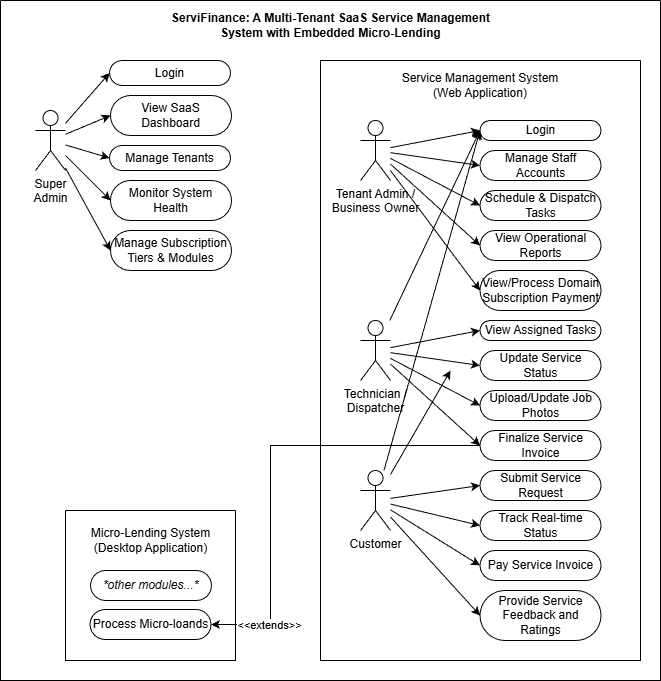
Before: docs/Use Cases/Use Case IT15 ServiFinance.png, a diagram exported from draw.io (LlanderSei/ServiFinance). Source tidied: cells renumbered, new cells last; positions are measured from the earlier drawing's top-left corner, leaving out a move shared by most shapes.
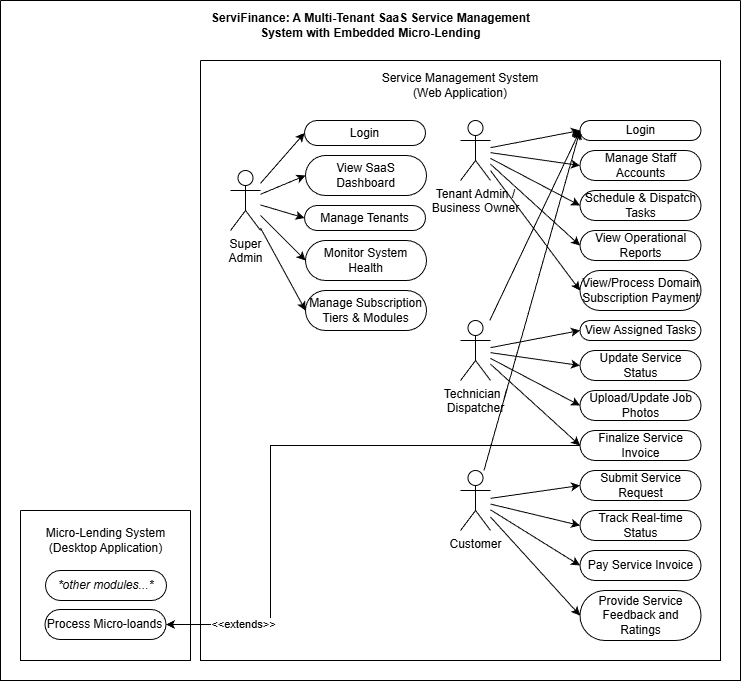
Later version of the same file.

Change to the diagram source:
```diff
@@ -3,10 +3,10 @@
     <mxCell id="0" />
     <mxCell id="1" parent="0" />
     <mxCell id="2" style="swimlane;startSize=0;" parent="1" vertex="1">
-      <mxGeometry width="660" height="680" as="geometry" />
+      <mxGeometry width="740" height="680" as="geometry" />
     </mxCell>
     <mxCell id="3" style="swimlane;startSize=0;" parent="2" vertex="1">
-      <mxGeometry x="65" y="510" width="170" height="150" as="geometry" />
+      <mxGeometry x="20" y="510" width="170" height="150" as="geometry" />
     </mxCell>
     <mxCell id="4" value="Micro-Lending System&lt;div&gt;(Desktop Application)&lt;/div&gt;" style="text;html=1;whiteSpace=wrap;strokeColor=none;fillColor=none;align=center;verticalAlign=middle;rounded=0;" parent="3" vertex="1">
       <mxGeometry x="15" y="15" width="141" height="30" as="geometry" />
@@ -18,10 +18,10 @@
       <mxGeometry x="25" y="60" width="121" height="30" as="geometry" />
     </mxCell>
     <mxCell id="7" style="swimlane;startSize=0;" parent="2" vertex="1">
-      <mxGeometry x="320" y="60" width="320" height="600" as="geometry" />
+      <mxGeometry x="200" y="60" width="520" height="600" as="geometry" />
     </mxCell>
     <mxCell id="8" value="Service Management System&lt;div&gt;(Web Application)&lt;/div&gt;" style="text;html=1;whiteSpace=wrap;strokeColor=none;fillColor=none;align=center;verticalAlign=middle;rounded=0;" parent="7" vertex="1">
-      <mxGeometry x="60" y="10" width="200" height="30" as="geometry" />
+      <mxGeometry x="160" y="10" width="200" height="30" as="geometry" />
     </mxCell>
     <mxCell id="9" style="rounded=0;jettySize=auto;html=1;entryX=0;entryY=0.5;entryDx=0;entryDy=0;" parent="7" edge="1" source="14" target="15">
       <mxGeometry relative="1" as="geometry" />
@@ -39,46 +39,46 @@
       <mxGeometry relative="1" as="geometry" />
     </mxCell>
     <mxCell id="14" value="Tenant Admin /&lt;div&gt;Business Owner&lt;/div&gt;" style="shape=umlActor;verticalLabelPosition=bottom;verticalAlign=top;html=1;outlineConnect=0;" parent="7" vertex="1">
-      <mxGeometry x="40" y="60" width="30" height="60" as="geometry" />
+      <mxGeometry x="260" y="60" width="30" height="60" as="geometry" />
     </mxCell>
     <mxCell id="15" value="Login" style="rounded=1;whiteSpace=wrap;html=1;arcSize=50;" parent="7" vertex="1">
-      <mxGeometry x="159.5" y="60" width="121" height="20" as="geometry" />
+      <mxGeometry x="379.5" y="60" width="121" height="20" as="geometry" />
     </mxCell>
     <mxCell id="16" value="Manage Staff Accounts" style="rounded=1;whiteSpace=wrap;html=1;arcSize=50;" parent="7" vertex="1">
-      <mxGeometry x="159.5" y="90" width="121" height="30" as="geometry" />
+      <mxGeometry x="379.5" y="90" width="121" height="30" as="geometry" />
     </mxCell>
     <mxCell id="17" value="Schedule &amp;amp; Dispatch Tasks" style="rounded=1;whiteSpace=wrap;html=1;arcSize=50;" parent="7" vertex="1">
-      <mxGeometry x="159.5" y="130" width="121" height="30" as="geometry" />
+      <mxGeometry x="379.5" y="130" width="121" height="30" as="geometry" />
     </mxCell>
     <mxCell id="18" value="View Operational Reports" style="rounded=1;whiteSpace=wrap;html=1;arcSize=50;" parent="7" vertex="1">
-      <mxGeometry x="159.5" y="170" width="121" height="30" as="geometry" />
+      <mxGeometry x="379.5" y="170" width="121" height="30" as="geometry" />
     </mxCell>
     <mxCell id="19" value="View/Process Domain Subscription Payment" style="rounded=1;whiteSpace=wrap;html=1;arcSize=50;" parent="7" vertex="1">
-      <mxGeometry x="159.5" y="210" width="121" height="40" as="geometry" />
+      <mxGeometry x="379.5" y="210" width="121" height="40" as="geometry" />
     </mxCell>
     <mxCell id="20" value="View Assigned Tasks" style="rounded=1;whiteSpace=wrap;html=1;arcSize=50;" parent="7" vertex="1">
-      <mxGeometry x="159.5" y="260" width="121" height="20" as="geometry" />
+      <mxGeometry x="379.5" y="260" width="121" height="20" as="geometry" />
     </mxCell>
     <mxCell id="21" value="Update Service Status" style="rounded=1;whiteSpace=wrap;html=1;arcSize=50;" parent="7" vertex="1">
-      <mxGeometry x="159.5" y="290" width="121" height="30" as="geometry" />
+      <mxGeometry x="379.5" y="290" width="121" height="30" as="geometry" />
     </mxCell>
     <mxCell id="22" value="Upload/Update Job Photos" style="rounded=1;whiteSpace=wrap;html=1;arcSize=50;" parent="7" vertex="1">
-      <mxGeometry x="159.5" y="330" width="121" height="30" as="geometry" />
+      <mxGeometry x="379.5" y="330" width="121" height="30" as="geometry" />
     </mxCell>
     <mxCell id="23" value="Finalize Service Invoice" style="rounded=1;whiteSpace=wrap;html=1;arcSize=50;" parent="7" vertex="1">
-      <mxGeometry x="159.5" y="370" width="121" height="30" as="geometry" />
+      <mxGeometry x="379.5" y="370" width="121" height="30" as="geometry" />
     </mxCell>
     <mxCell id="24" value="Submit Service Request" style="rounded=1;whiteSpace=wrap;html=1;arcSize=50;" parent="7" vertex="1">
-      <mxGeometry x="159.5" y="410" width="121" height="30" as="geometry" />
+      <mxGeometry x="379.5" y="410" width="121" height="30" as="geometry" />
     </mxCell>
     <mxCell id="25" value="Track Real-time Status" style="rounded=1;whiteSpace=wrap;html=1;arcSize=50;" parent="7" vertex="1">
-      <mxGeometry x="159.5" y="450" width="121" height="30" as="geometry" />
+      <mxGeometry x="379.5" y="450" width="121" height="30" as="geometry" />
     </mxCell>
     <mxCell id="26" value="Pay Service Invoice" style="rounded=1;whiteSpace=wrap;html=1;arcSize=50;" parent="7" vertex="1">
-      <mxGeometry x="159.5" y="490" width="121" height="30" as="geometry" />
+      <mxGeometry x="379.5" y="490" width="121" height="30" as="geometry" />
     </mxCell>
     <mxCell id="27" value="Provide Service Feedback and Ratings" style="rounded=1;whiteSpace=wrap;html=1;arcSize=50;" parent="7" vertex="1">
-      <mxGeometry x="159.5" y="530" width="121" height="50" as="geometry" />
+      <mxGeometry x="379.5" y="530" width="121" height="50" as="geometry" />
     </mxCell>
     <mxCell id="28" style="edgeStyle=none;rounded=0;jettySize=auto;html=1;entryX=0;entryY=0.5;entryDx=0;entryDy=0;" parent="7" edge="1" source="33" target="15">
       <mxGeometry relative="1" as="geometry" />
@@ -96,7 +96,7 @@
       <mxGeometry relative="1" as="geometry" />
     </mxCell>
     <mxCell id="33" value="Technician /&lt;div&gt;Dispatcher&lt;/div&gt;" style="shape=umlActor;verticalLabelPosition=bottom;verticalAlign=top;html=1;outlineConnect=0;" parent="7" vertex="1">
-      <mxGeometry x="40" y="260" width="30" height="60" as="geometry" />
+      <mxGeometry x="260" y="260" width="30" height="60" as="geometry" />
     </mxCell>
     <mxCell id="34" style="edgeStyle=none;rounded=0;jettySize=auto;html=1;entryX=0;entryY=0.5;entryDx=0;entryDy=0;" parent="7" edge="1" source="40" target="24">
       <mxGeometry relative="1" as="geometry" />
@@ -107,56 +107,53 @@
     <mxCell id="36" style="edgeStyle=none;rounded=0;jettySize=auto;html=1;entryX=0;entryY=0.5;entryDx=0;entryDy=0;" parent="7" edge="1" source="40" target="26">
       <mxGeometry relative="1" as="geometry" />
     </mxCell>
-    <mxCell id="37" style="edgeStyle=none;rounded=0;jettySize=auto;html=1;entryX=0;entryY=0.5;entryDx=0;entryDy=0;" parent="7" edge="1" source="40" target="27">
-      <mxGeometry relative="1" as="geometry" />
+    <mxCell id="37" style="edgeStyle=none;rounded=0;jettySize=auto;html=1;entryX=0;entryY=0.5;entryDx=0;entryDy=0;" parent="7" edge="1" source="40">
+      <mxGeometry relative="1" as="geometry">
+        <mxPoint x="379.5" y="555" as="targetPoint" />
+      </mxGeometry>
     </mxCell>
-    <mxCell id="38" style="edgeStyle=none;html=1;" parent="7" edge="1" source="40">
-      <mxGeometry relative="1" as="geometry">
-        <mxPoint x="130" y="310" as="targetPoint" />
-      </mxGeometry>
-    </mxCell>
     <mxCell id="39" style="edgeStyle=none;html=1;entryX=0;entryY=0.5;entryDx=0;entryDy=0;" parent="7" edge="1" source="40" target="15">
       <mxGeometry relative="1" as="geometry" />
     </mxCell>
     <mxCell id="40" value="Customer" style="shape=umlActor;verticalLabelPosition=bottom;verticalAlign=top;html=1;outlineConnect=0;" parent="7" vertex="1">
-      <mxGeometry x="40" y="410" width="30" height="60" as="geometry" />
+      <mxGeometry x="260" y="410" width="30" height="60" as="geometry" />
     </mxCell>
-    <mxCell id="41" value="&lt;b&gt;ServiFinance: A Multi-Tenant SaaS Service Management System with Embedded Micro-Lending&lt;/b&gt;" style="text;html=1;whiteSpace=wrap;strokeColor=none;fillColor=none;align=center;verticalAlign=middle;rounded=0;" parent="2" vertex="1">
-      <mxGeometry x="153.8" y="10" width="352.5" height="30" as="geometry" />
-    </mxCell>
-    <mxCell id="42" style="rounded=0;jettySize=auto;html=1;entryX=0;entryY=0.5;entryDx=0;entryDy=0;" parent="2" edge="1" source="47" target="48">
+    <mxCell id="42" style="rounded=0;jettySize=auto;html=1;entryX=0;entryY=0.5;entryDx=0;entryDy=0;" parent="7" edge="1" source="47" target="48">
       <mxGeometry relative="1" as="geometry" />
     </mxCell>
-    <mxCell id="43" style="rounded=0;jettySize=auto;html=1;entryX=0;entryY=0.5;entryDx=0;entryDy=0;" parent="2" edge="1" source="47" target="49">
+    <mxCell id="43" style="rounded=0;jettySize=auto;html=1;entryX=0;entryY=0.5;entryDx=0;entryDy=0;" parent="7" edge="1" source="47" target="49">
       <mxGeometry relative="1" as="geometry" />
     </mxCell>
-    <mxCell id="44" style="rounded=0;jettySize=auto;html=1;entryX=0;entryY=0.5;entryDx=0;entryDy=0;" parent="2" edge="1" source="47" target="50">
+    <mxCell id="44" style="rounded=0;jettySize=auto;html=1;entryX=0;entryY=0.5;entryDx=0;entryDy=0;" parent="7" edge="1" source="47" target="50">
       <mxGeometry relative="1" as="geometry" />
     </mxCell>
-    <mxCell id="45" style="rounded=0;jettySize=auto;html=1;entryX=0;entryY=0.5;entryDx=0;entryDy=0;curved=0;" parent="2" edge="1" source="47" target="51">
+    <mxCell id="45" style="rounded=0;jettySize=auto;html=1;entryX=0;entryY=0.5;entryDx=0;entryDy=0;curved=0;" parent="7" edge="1" source="47" target="51">
       <mxGeometry relative="1" as="geometry" />
     </mxCell>
-    <mxCell id="46" style="rounded=0;jettySize=auto;html=1;entryX=0;entryY=0.5;entryDx=0;entryDy=0;" parent="2" edge="1" source="47" target="52">
+    <mxCell id="46" style="rounded=0;jettySize=auto;html=1;entryX=0;entryY=0.5;entryDx=0;entryDy=0;" parent="7" edge="1" source="47" target="52">
       <mxGeometry relative="1" as="geometry" />
     </mxCell>
-    <mxCell id="47" value="Super&lt;div&gt;Admin&lt;/div&gt;" style="shape=umlActor;verticalLabelPosition=bottom;verticalAlign=top;html=1;outlineConnect=0;" parent="2" vertex="1">
-      <mxGeometry x="35" y="110" width="30" height="60" as="geometry" />
+    <mxCell id="47" value="Super&lt;div&gt;Admin&lt;/div&gt;" style="shape=umlActor;verticalLabelPosition=bottom;verticalAlign=top;html=1;outlineConnect=0;" parent="7" vertex="1">
+      <mxGeometry x="30" y="110" width="30" height="60" as="geometry" />
     </mxCell>
-    <mxCell id="48" value="Login" style="rounded=1;whiteSpace=wrap;html=1;arcSize=50;" parent="2" vertex="1">
-      <mxGeometry x="109" y="60" width="121" height="25" as="geometry" />
+    <mxCell id="48" value="Login" style="rounded=1;whiteSpace=wrap;html=1;arcSize=50;" parent="7" vertex="1">
+      <mxGeometry x="104" y="60" width="121" height="25" as="geometry" />
     </mxCell>
-    <mxCell id="49" value="View SaaS Dashboard" style="rounded=1;whiteSpace=wrap;html=1;arcSize=50;" parent="2" vertex="1">
-      <mxGeometry x="110" y="95" width="121" height="40" as="geometry" />
+    <mxCell id="49" value="View SaaS Dashboard" style="rounded=1;whiteSpace=wrap;html=1;arcSize=50;" parent="7" vertex="1">
+      <mxGeometry x="105" y="95" width="121" height="40" as="geometry" />
     </mxCell>
-    <mxCell id="50" value="Manage Tenants" style="rounded=1;whiteSpace=wrap;html=1;arcSize=50;" parent="2" vertex="1">
-      <mxGeometry x="109" y="145" width="121" height="25" as="geometry" />
+    <mxCell id="50" value="Manage Tenants" style="rounded=1;whiteSpace=wrap;html=1;arcSize=50;" parent="7" vertex="1">
+      <mxGeometry x="104" y="145" width="121" height="25" as="geometry" />
     </mxCell>
-    <mxCell id="51" value="Monitor System Health" style="rounded=1;whiteSpace=wrap;html=1;arcSize=50;" parent="2" vertex="1">
-      <mxGeometry x="110" y="180" width="121" height="40" as="geometry" />
+    <mxCell id="51" value="Monitor System Health" style="rounded=1;whiteSpace=wrap;html=1;arcSize=50;" parent="7" vertex="1">
+      <mxGeometry x="105" y="180" width="121" height="40" as="geometry" />
     </mxCell>
-    <mxCell id="52" value="Manage Subscription Tiers &amp;amp; Modules" style="rounded=1;whiteSpace=wrap;html=1;arcSize=50;" parent="2" vertex="1">
-      <mxGeometry x="110" y="230" width="121" height="40" as="geometry" />
+    <mxCell id="52" value="Manage Subscription Tiers &amp;amp; Modules" style="rounded=1;whiteSpace=wrap;html=1;arcSize=50;" parent="7" vertex="1">
+      <mxGeometry x="105" y="230" width="121" height="40" as="geometry" />
     </mxCell>
+    <mxCell id="41" value="&lt;b&gt;ServiFinance: A Multi-Tenant SaaS Service Management System with Embedded Micro-Lending&lt;/b&gt;" style="text;html=1;whiteSpace=wrap;strokeColor=none;fillColor=none;align=center;verticalAlign=middle;rounded=0;" parent="2" vertex="1">
+      <mxGeometry x="193.8" y="10" width="352.5" height="30" as="geometry" />
+    </mxCell>
     <mxCell id="53" style="edgeStyle=orthogonalEdgeStyle;rounded=0;jettySize=auto;html=1;entryX=1;entryY=0.5;entryDx=0;entryDy=0;" parent="2" edge="1" source="23" target="5">
       <mxGeometry relative="1" as="geometry">
         <Array as="points">
```
